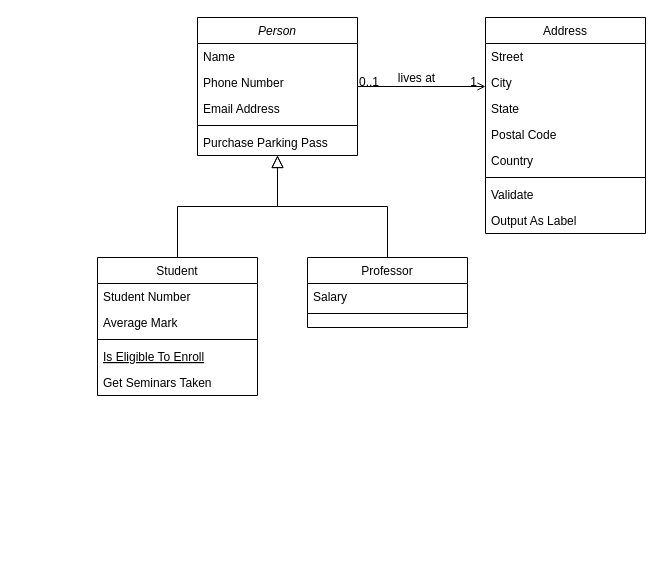
calvnce/cashcard keeps this draw.io diagram as cmdonlineshop.drawio. Above is the earlier version. Source tidied: cells renumbered, new cells numbered last; positions are measured from the earlier drawing's top-left corner, leaving out a move shared by most shapes. Both pictures are drawn from the tidied source at 100%, with x=0, y=0 at pixel (97, 17).
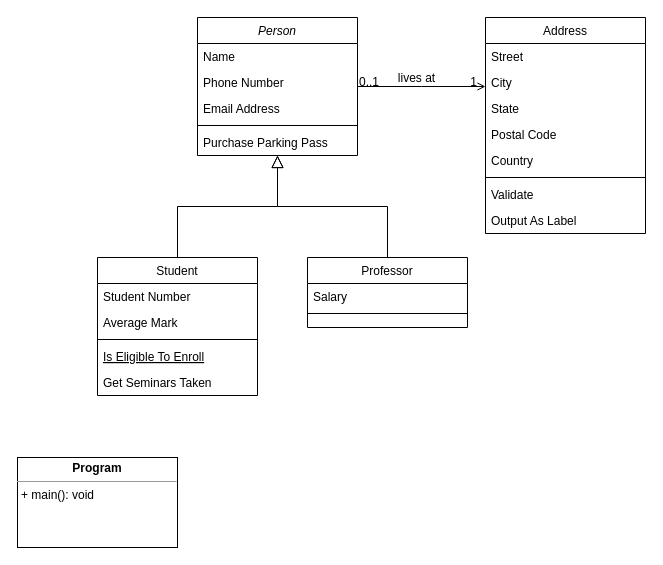
The same diagram, later.

What changed in the source:
```diff
@@
+    <mxCell id="32" value="&lt;p style=&quot;margin:0px;margin-top:4px;text-align:center;&quot;&gt;&lt;b&gt;Program&lt;/b&gt;&lt;br&gt;&lt;/p&gt;&lt;hr size=&quot;1&quot;&gt;&lt;p style=&quot;margin:0px;margin-left:4px;&quot;&gt;&lt;/p&gt;&lt;p style=&quot;margin:0px;margin-left:4px;&quot;&gt;+ main(): void&lt;/p&gt;" style="verticalAlign=top;align=left;overflow=fill;fontSize=12;fontFamily=Helvetica;html=1;whiteSpace=wrap;" parent="1" vertex="1">
+      <mxGeometry x="-80" y="440" width="160" height="90" as="geometry" />
+    </mxCell>
```
